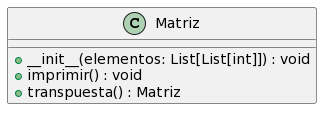
The PlantUML diagram plantsUML/Ejercicio1.png in pelahumi/Principios_generales_SOLID, before a commit.
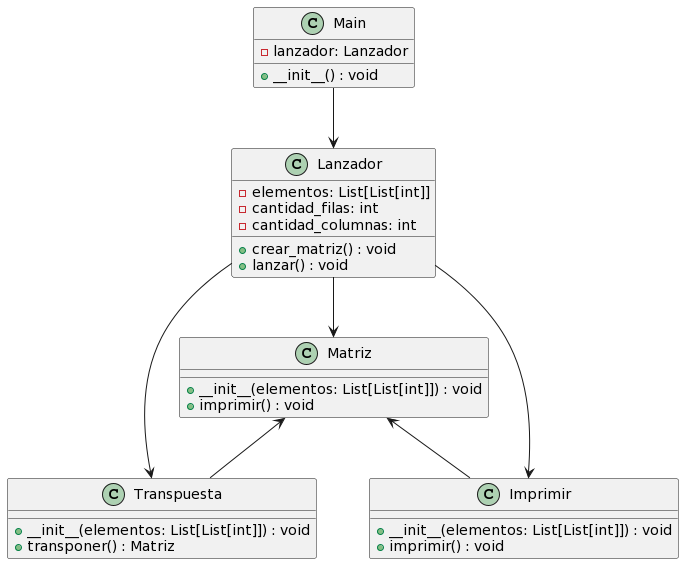
Later version of the same file.

Change to the diagram source:
```diff
@@ -2,6 +2,35 @@
 class Matriz {
   +__init__(elementos: List[List[int]]) : void
   +imprimir() : void
-  +transpuesta() : Matriz
 }
+
+class Transpuesta {
+  +__init__(elementos: List[List[int]]) : void
+  +transponer() : Matriz
+}
+
+class Imprimir {
+  +__init__(elementos: List[List[int]]) : void
+  +imprimir() : void
+}
+
+class Lanzador {
+  -elementos: List[List[int]]
+  -cantidad_filas: int
+  -cantidad_columnas: int
+  +crear_matriz() : void
+  +lanzar() : void
+}
+
+class Main {
+  -lanzador: Lanzador
+  +__init__() : void
+}
+
+Matriz <-- Transpuesta
+Matriz <-- Imprimir
+Lanzador --> Matriz
+Lanzador --> Transpuesta
+Lanzador --> Imprimir
+Main --> Lanzador
 @enduml
```
